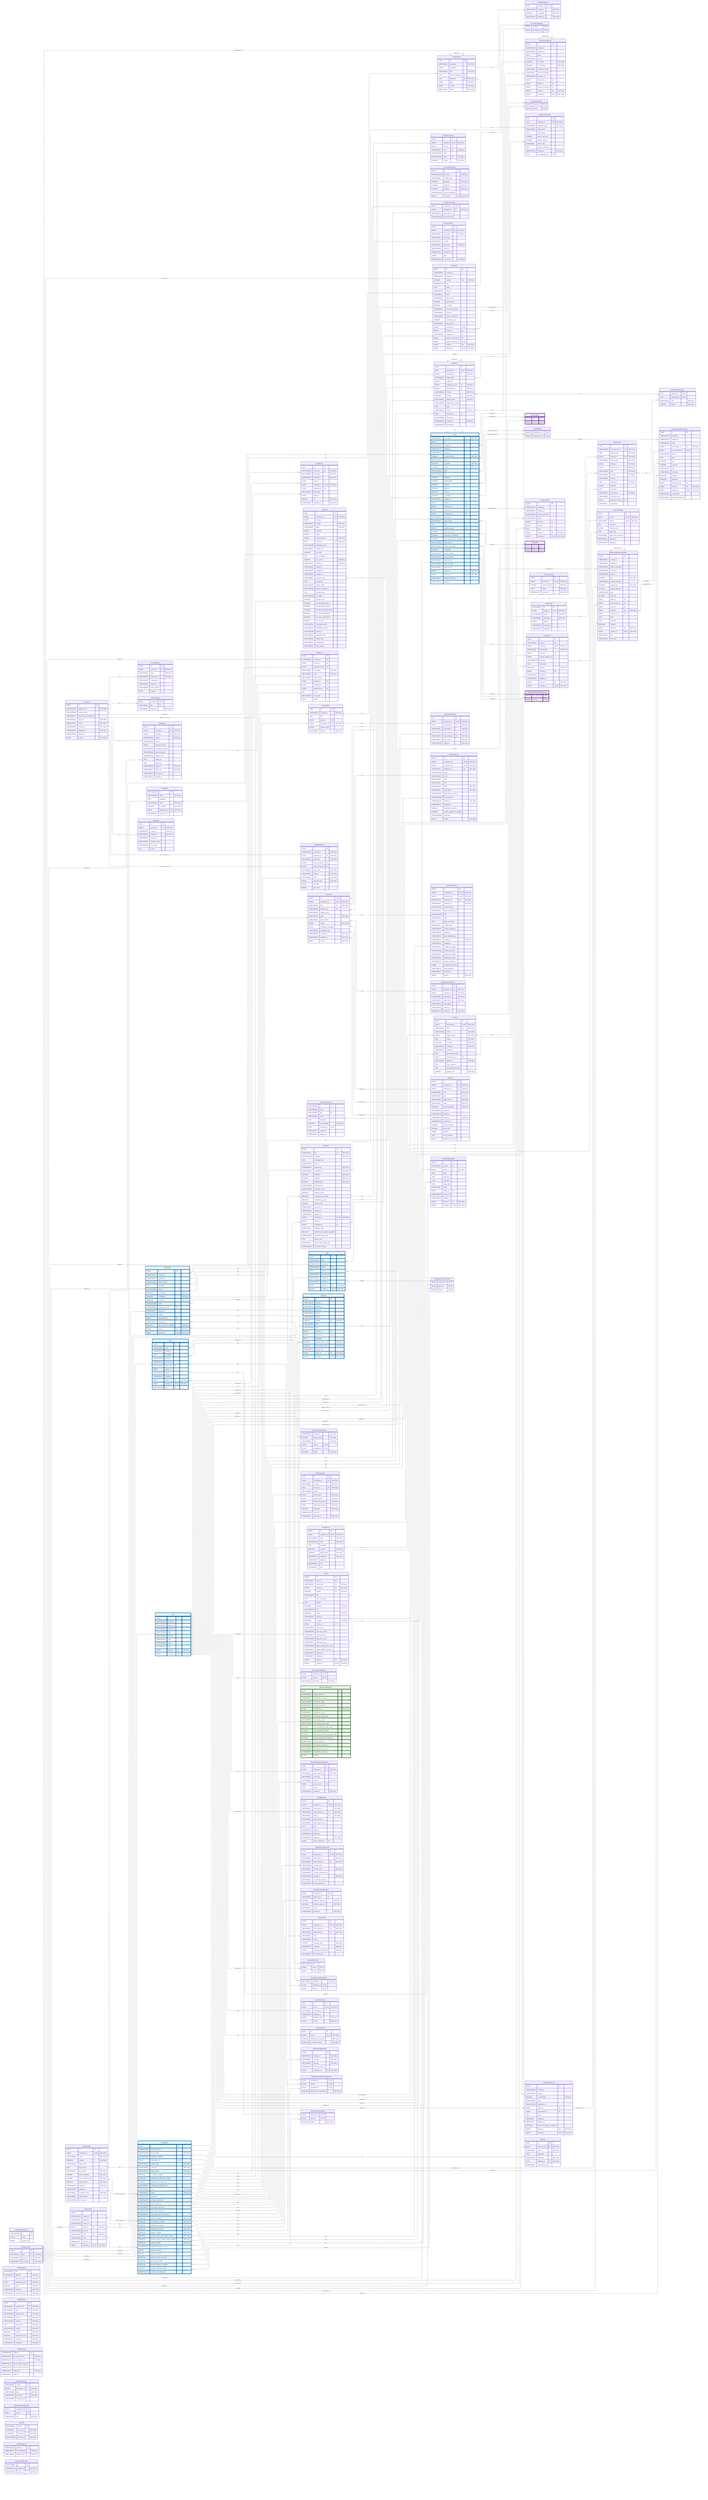
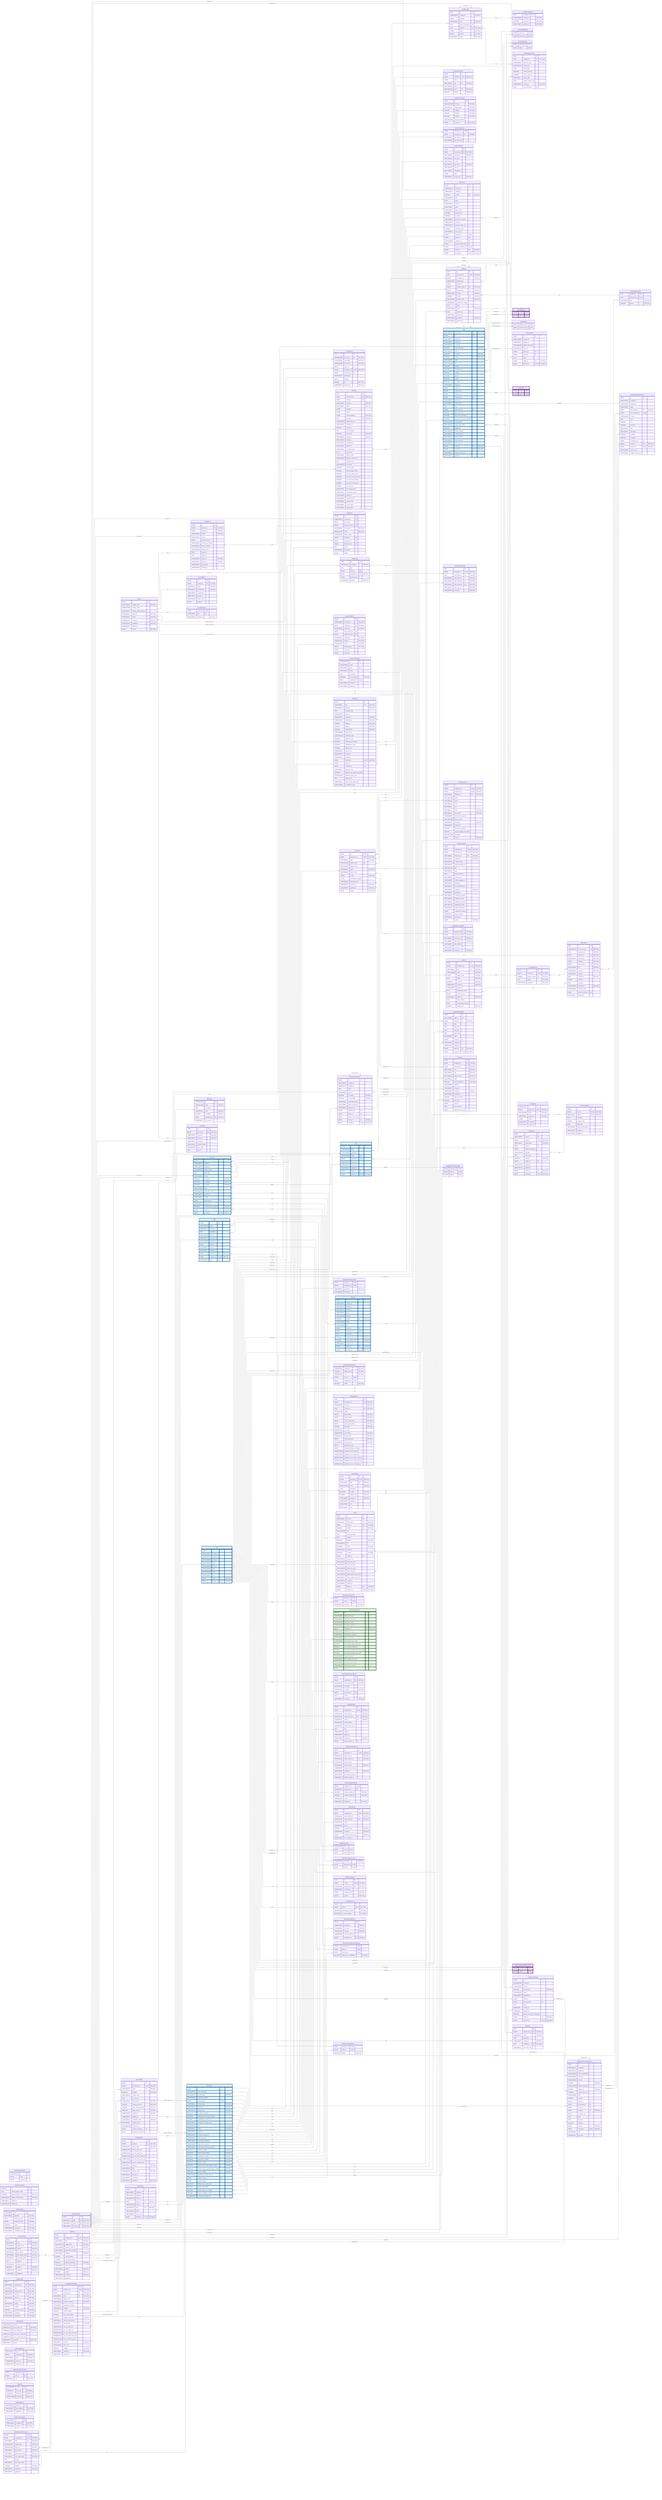
---
config:
    layout: elk
---
erDiagram
    %% Generated automatically from PostgreSQL database schema
    %% using scripts/generate-mermaid-erd.ts
    %% To regenerate: pnpm run db:generate-erd-docs

    direction LR

    Account {
        BIGINT id PK
        VARCHAR(255) display_name "NOT NULL"
        USER-DEFINED primary_email
        TIMESTAMPTZ primary_email_verified_at
        VARCHAR(16) app_role "NOT NULL"
        VARCHAR(16) status "NOT NULL"
        TIMESTAMPTZ created_at "NOT NULL"
        TIMESTAMPTZ updated_at "NOT NULL"
        TIMESTAMPTZ deleted_at
        BIGINT version "NOT NULL"
    }

    AccountExport {
        BIGINT id PK
        BIGINT account_id FK "NOT NULL"
        VARCHAR(16) status "NOT NULL"
        TIMESTAMPTZ requested_at "NOT NULL"
        TIMESTAMPTZ completed_at
        TIMESTAMPTZ expires_at
        VARCHAR(128) failure_reason
        BYTEA payload
    }

    AccountFeature {
        BIGINT account_id PK,FK
        VARCHAR(64) flag PK
        TIMESTAMPTZ enabled_at "NOT NULL"
    }

    ActivityEvent {
        UUID id PK
        VARCHAR(255) event_key UK "NOT NULL"
        VARCHAR(64) event_type "NOT NULL"
        TIMESTAMPTZ occurred_at "NOT NULL"
        BIGINT actor_id FK
        BIGINT workspace_id FK,UK "NOT NULL"
        BIGINT repository_id FK
        VARCHAR(32) target_type
        BIGINT target_id
        DOUBLE xp "NOT NULL"
        TIMESTAMPTZ ingested_at "NOT NULL"
    }

    AgentConfig {
        BIGINT id PK
        BIGINT workspace_id FK,UK "NOT NULL"
        VARCHAR(100) name UK "NOT NULL"
        BOOLEAN enabled "NOT NULL"
        VARCHAR(128) model_name
        TEXT llm_api_key
        VARCHAR(32) llm_provider "NOT NULL"
        INTEGER timeout_seconds "NOT NULL"
        INTEGER max_concurrent_jobs "NOT NULL"
        BOOLEAN allow_internet "NOT NULL"
        TIMESTAMPTZ created_at "NOT NULL"
        TIMESTAMPTZ updated_at
        VARCHAR(16) credential_mode "NOT NULL"
        VARCHAR(50) model_version
        VARCHAR(2048) llm_base_url
+         BIGINT instance_model_id FK
+         BIGINT workspace_model_id FK
    }

    AgentJob {
        UUID id PK
        BIGINT workspace_id FK "NOT NULL"
        BIGINT config_id FK
        VARCHAR(50) job_type "NOT NULL"
        VARCHAR(20) status "NOT NULL"
        JSONB metadata
        JSONB output
        JSONB config_snapshot "NOT NULL"
        TEXT job_token UK "NOT NULL"
        VARCHAR(255) idempotency_key
        VARCHAR(64) container_id
        INTEGER exit_code
        TEXT error_message
        INTEGER retry_count "NOT NULL"
        TIMESTAMPTZ created_at "NOT NULL"
        TIMESTAMPTZ started_at
        TIMESTAMPTZ completed_at
        VARCHAR(64) network_id
        VARCHAR(64) job_token_hash
        TEXT llm_api_key
        VARCHAR(20) delivery_status
        VARCHAR(255) delivery_comment_id
        TEXT container_logs
        VARCHAR(100) llm_model
        INTEGER llm_total_calls
        INTEGER llm_total_input_tokens
        INTEGER llm_total_output_tokens
        INTEGER llm_total_reasoning_tokens
        INTEGER llm_cache_read_tokens
        INTEGER llm_cache_write_tokens
        DOUBLE llm_cost_usd
        VARCHAR(50) llm_model_version
        VARCHAR(32) cancellation_reason
        VARCHAR(255) worker_id
        VARCHAR(48) integration_kind
        VARCHAR(48) subject_class
        VARCHAR(64) prompt_digest
        VARCHAR(64) inputs_digest
    }

    AuthEvent {
        BIGINT id PK
        TIMESTAMPTZ occurred_at PK
        BIGINT account_id FK
        BIGINT acting_account_id FK
        VARCHAR(48) event_type "NOT NULL"
        VARCHAR(16) result "NOT NULL"
        VARCHAR(64) failure_reason
        BIGINT provider_id FK
        BIGINT workspace_id FK
        BIGINT identity_link_id FK
        INET ip_inet
        VARCHAR(512) user_agent
        JSONB details
    }

    AuthRateLimitBucket {
        VARCHAR(255) id PK
        BYTEA state
        BIGINT expires_at
    }

    ChatMessage {
        UUID id PK
        TIMESTAMPTZ created_at "NOT NULL"
        JSONB metadata
        VARCHAR(16) role "NOT NULL"
        UUID parent_message_id FK
        UUID thread_id FK "NOT NULL"
        JSONB parts "NOT NULL"
        BIGINT version "NOT NULL"
        VARCHAR(16) status "NOT NULL"
    }

    ChatMessageVote {
        UUID message_id PK,FK
        TIMESTAMPTZ created_at "NOT NULL"
        BOOLEAN is_upvoted "NOT NULL"
        TIMESTAMPTZ updated_at "NOT NULL"
    }

    ChatThread {
        UUID id PK
        TIMESTAMPTZ created_at "NOT NULL"
        TEXT title
        BIGINT user_id FK
        BIGINT workspace_id FK "NOT NULL"
        BYTEA session_jsonl
        VARCHAR(16) surface "NOT NULL"
    }

    CommitContributor {
        BIGINT id PK
        BIGINT commit_id FK,UK "NOT NULL"
        BIGINT user_id FK
        VARCHAR(32) role UK "NOT NULL"
        VARCHAR(255) name
        VARCHAR(255) email UK "NOT NULL"
        INTEGER ordinal "NOT NULL"
    }

    CommitFileChange {
        BIGINT id PK
        VARCHAR(1024) filename "NOT NULL"
        VARCHAR(32) change_type "NOT NULL"
        INTEGER additions "NOT NULL"
        INTEGER deletions "NOT NULL"
        INTEGER changes "NOT NULL"
        VARCHAR(1024) previous_filename
        BIGINT commit_id FK "NOT NULL"
    }

    CommitPullRequest {
        BIGINT commit_id PK,FK
        BIGINT pull_request_id PK,FK
    }

    ConfigAuditEvent {
        BIGINT id PK
        TIMESTAMPTZ occurred_at "NOT NULL"
        BIGINT workspace_id FK "NOT NULL"
        VARCHAR(16) actor_kind "NOT NULL"
        BIGINT actor_account_id FK
        BIGINT acting_account_id FK
        VARCHAR(48) entity_type "NOT NULL"
        VARCHAR(64) entity_id "NOT NULL"
        VARCHAR(16) action "NOT NULL"
        ARRAY changed_keys "NOT NULL"
        JSONB old_value
        JSONB new_value
    }

    Connection {
        BIGINT id PK,UK
        BIGINT workspace_id FK,UK "NOT NULL"
        VARCHAR(48) kind UK "NOT NULL"
        VARCHAR(128) instance_key UK
        VARCHAR(256) display_name
        VARCHAR(32) state "NOT NULL"
        VARCHAR(512) state_reason
        JSONB config "NOT NULL"
        BYTEA credentials_encrypted
        VARCHAR(64) credentials_alg
        TIMESTAMPTZ created_at "NOT NULL"
        TIMESTAMPTZ updated_at "NOT NULL"
        BIGINT version "NOT NULL"
    }

    ConnectionActivity {
        BIGINT connection_id PK,FK
        BIGINT workspace_id FK "NOT NULL"
        TIMESTAMPTZ last_event_at
        VARCHAR(128) last_event_type
    }

    ConnectionAudit {
        BIGINT id PK
        BIGINT connection_id FK "NOT NULL"
        VARCHAR(48) event_type "NOT NULL"
        VARCHAR(32) from_state
        VARCHAR(32) to_state
        VARCHAR(32) actor_kind "NOT NULL"
        VARCHAR(256) actor_ref
        VARCHAR(64) correlation_id
        JSONB detail
        TIMESTAMPTZ occurred_at "NOT NULL"
    }

    Discussion {
        BIGINT id PK
        TIMESTAMPTZ created_at
        TIMESTAMPTZ updated_at
        INTEGER number UK "NOT NULL"
        VARCHAR(1024) title
        TEXT body
        VARCHAR(512) html_url
        VARCHAR(16) state
        VARCHAR(32) state_reason
        INTEGER upvote_count
        BOOLEAN is_locked
        VARCHAR(32) active_lock_reason
        TIMESTAMPTZ closed_at
        TIMESTAMPTZ answer_chosen_at
        INTEGER comment_count
        TIMESTAMPTZ last_sync_at
        BIGINT repository_id FK,UK
        BIGINT author_id FK
        VARCHAR(128) category_id FK
        BIGINT answer_chosen_by_id FK
        BIGINT answer_comment_id FK,UK
        BIGINT native_id UK "NOT NULL"
        BIGINT provider_id FK,UK "NOT NULL"
    }

    DiscussionCategory {
        VARCHAR(128) id PK
        VARCHAR(255) name
        VARCHAR(128) slug UK
        VARCHAR(32) emoji
        TEXT description
        BOOLEAN is_answerable "NOT NULL"
        BIGINT repository_id FK,UK
        TIMESTAMPTZ created_at
        TIMESTAMPTZ updated_at
    }

    DiscussionComment {
        BIGINT id PK
        TIMESTAMPTZ created_at
        TIMESTAMPTZ updated_at
        TEXT body
        VARCHAR(512) html_url
        BOOLEAN is_answer "NOT NULL"
        BOOLEAN is_minimized "NOT NULL"
        VARCHAR(64) minimized_reason
        VARCHAR(32) author_association
        TIMESTAMPTZ last_sync_at
        BIGINT discussion_id FK
        BIGINT author_id FK
        BIGINT parent_comment_id FK
        BIGINT native_id UK "NOT NULL"
        BIGINT provider_id FK,UK "NOT NULL"
    }

    DiscussionLabel {
        BIGINT discussion_id PK,FK
        BIGINT label_id PK,FK
    }

    Feedback {
        UUID id PK
        UUID agent_job_id FK,UK "NOT NULL"
        BIGINT workspace_id FK "NOT NULL"
        VARCHAR(32) artifact_type
        BIGINT artifact_id
        BIGINT recipient_user_id FK "NOT NULL"
        BIGINT about_user_id FK "NOT NULL"
        VARCHAR(32) channel "NOT NULL"
        INTEGER position UK "NOT NULL"
        VARCHAR(16) delivery_state "NOT NULL"
        VARCHAR(32) suppression_reason
        TEXT body
        VARCHAR(16) source "NOT NULL"
        UUID replaces_id FK
        VARCHAR(64) thread_key
        TIMESTAMPTZ created_at "NOT NULL"
        TIMESTAMPTZ delivered_at
    }

    FeedbackObservation {
        UUID feedback_id PK,FK
        UUID observation_id PK,FK
        VARCHAR(16) role "NOT NULL"
        INTEGER ordinal "NOT NULL"
    }

    FeedbackPlacement {
        UUID id PK
        UUID feedback_id FK "NOT NULL"
        VARCHAR(32) placement_type "NOT NULL"
        VARCHAR(16) anchor_kind
        TEXT anchor_path
        INTEGER anchor_start_line
        INTEGER anchor_end_line
        VARCHAR(8) anchor_side
        TEXT posted_comment_ref
        TIMESTAMPTZ created_at "NOT NULL"
        UUID chat_message_id FK
    }

    GitCommit {
        BIGINT id PK
        VARCHAR(40) sha UK "NOT NULL"
        VARCHAR(1024) message "NOT NULL"
        TEXT message_body
        VARCHAR(512) html_url
        TIMESTAMPTZ authored_at "NOT NULL"
        TIMESTAMPTZ committed_at "NOT NULL"
        INTEGER additions "NOT NULL"
        INTEGER deletions "NOT NULL"
        INTEGER changed_files "NOT NULL"
        VARCHAR(255) author_email
        VARCHAR(255) committer_email
        BOOLEAN signature_valid
        BOOLEAN authored_by_committer
        BOOLEAN committed_via_web
        INTEGER parent_count
        TIMESTAMPTZ last_sync_at
        TIMESTAMPTZ created_at
        TIMESTAMPTZ updated_at
        BIGINT repository_id FK,UK "NOT NULL"
        BIGINT author_id FK
        BIGINT committer_id FK
        VARCHAR(32) signature_state
        BOOLEAN signature_was_signed_by_github
        VARCHAR(255) signature_signer_login
        TEXT parent_shas
        VARCHAR(32) status_check_rollup_state
        VARCHAR(255) on_behalf_of_login
    }

    IdentityLink {
        BIGINT id PK
        BIGINT account_id FK "NOT NULL"
        BIGINT provider_id FK "NOT NULL"
        VARCHAR(255) subject "NOT NULL"
        VARCHAR(255) team_id
        BIGINT external_actor_id
        VARCHAR(255) username_at_signup
        VARCHAR(320) email_at_signup
        VARCHAR(255) display_name
        TEXT avatar_url
        TEXT profile_url
        TIMESTAMPTZ linked_at "NOT NULL"
        VARCHAR(16) linked_via "NOT NULL"
        TIMESTAMPTZ last_login_at
        TIMESTAMPTZ disabled_at
    }

    IdentityProvider {
        BIGINT id PK
        VARCHAR(10) type UK "NOT NULL"
        VARCHAR(512) server_url UK "NOT NULL"
        TIMESTAMPTZ created_at "NOT NULL"
+     }
+ 
+     InstanceLlmSetting {
+         SMALLINT id PK
+         TEXT allowed_egress_hosts
+         BOOLEAN allow_workspace_connections "NOT NULL"
+         VARCHAR(16) default_unpriced_policy "NOT NULL"
+         TIMESTAMPTZ updated_at
+         VARCHAR(255) updated_by
    }

    Issue {
        VARCHAR(31) issue_type UK "NOT NULL"
        BIGINT id PK
        TIMESTAMPTZ created_at
        TIMESTAMPTZ updated_at
        TIMESTAMPTZ closed_at
        INTEGER comments_count "NOT NULL"
        VARCHAR(255) html_url
        BOOLEAN is_locked "NOT NULL"
        INTEGER number UK "NOT NULL"
        VARCHAR(255) state
        VARCHAR(1024) title
        INTEGER additions
        INTEGER changed_files
        INTEGER commits
        INTEGER deletions
        BOOLEAN is_draft
        BOOLEAN is_merged
        TIMESTAMPTZ merged_at
        BIGINT author_id FK
        BIGINT milestone_id FK
        BIGINT repository_id FK,UK
        BIGINT merged_by_id FK
        TIMESTAMPTZ last_sync_at
        VARCHAR(32) state_reason
        TEXT body
        BIGINT parent_issue_id FK
        INTEGER sub_issues_total
        INTEGER sub_issues_completed
        INTEGER sub_issues_percent_completed
        VARCHAR(128) issue_type_id FK
        VARCHAR(255) merge_state_status
        BOOLEAN mergeable
        VARCHAR(255) review_decision
        VARCHAR(255) head_ref_name
        VARCHAR(40) head_ref_oid
        VARCHAR(255) base_ref_name
        VARCHAR(40) base_ref_oid
        BIGINT native_id UK "NOT NULL"
        BIGINT provider_id FK,UK "NOT NULL"
        VARCHAR(40) merge_commit_sha
        TIMESTAMPTZ deleted_at
    }

    IssueAssignee {
        BIGINT issue_id PK,FK
        BIGINT user_id PK,FK
    }

    IssueBlocking {
        BIGINT blocked_issue_id PK,FK
        BIGINT blocking_issue_id PK,FK
    }

    IssueComment {
        BIGINT id PK
        TIMESTAMPTZ created_at
        TIMESTAMPTZ updated_at
        VARCHAR(255) author_association
        VARCHAR(255) html_url
        BIGINT author_id FK
        BIGINT issue_id FK
        TEXT body
        BIGINT native_id UK "NOT NULL"
        BIGINT provider_id FK,UK "NOT NULL"
    }

    IssueLabel {
        BIGINT issue_id PK,FK
        BIGINT label_id PK,FK
    }

    IssueType {
        VARCHAR(128) id PK
        VARCHAR(128) name "NOT NULL"
        TEXT description
        VARCHAR(20) color "NOT NULL"
        BOOLEAN is_enabled "NOT NULL"
        BIGINT organization_id FK "NOT NULL"
        TIMESTAMPTZ last_sync_at
    }

    IssuedJwt {
        UUID jti PK
        BIGINT account_id FK "NOT NULL"
        TIMESTAMPTZ issued_at "NOT NULL"
        TIMESTAMPTZ expires_at "NOT NULL"
        TIMESTAMPTZ revoked_at
        VARCHAR(32) revoked_reason
        VARCHAR(512) user_agent
        INET ip_inet
    }

    JwtSigningKey {
        VARCHAR(64) kid PK
        VARCHAR(16) algorithm "NOT NULL"
        TEXT public_key_pem "NOT NULL"
        BYTEA private_key_pem "NOT NULL"
        BOOLEAN active "NOT NULL"
        TIMESTAMPTZ created_at "NOT NULL"
        VARCHAR(64) encryption_key_id "NOT NULL"
    }

    Label {
        BIGINT id PK
        VARCHAR(255) color
        VARCHAR(255) description
        VARCHAR(255) name UK
        BIGINT repository_id FK,UK
        TIMESTAMPTZ last_sync_at
        TIMESTAMPTZ created_at
        TIMESTAMPTZ updated_at
        BIGINT native_id UK "NOT NULL"
        BIGINT provider_id FK,UK "NOT NULL"
    }

+     LlmConnection {
+         BIGINT id PK
+         VARCHAR(64) slug UK "NOT NULL"
+         VARCHAR(128) display_name "NOT NULL"
+         VARCHAR(2048) base_url "NOT NULL"
+         VARCHAR(40) api_protocol "NOT NULL"
+         VARCHAR(64) auth_header_name "NOT NULL"
+         VARCHAR(16) auth_value_prefix "NOT NULL"
+         TEXT api_key
+         VARCHAR(32) azure_api_version
+         BOOLEAN enabled "NOT NULL"
+         TIMESTAMPTZ created_at "NOT NULL"
+         TIMESTAMPTZ updated_at
+     }
+ 
+     LlmModel {
+         BIGINT id PK
+         BIGINT connection_id FK,UK "NOT NULL"
+         VARCHAR(64) slug UK "NOT NULL"
+         VARCHAR(128) display_name "NOT NULL"
+         VARCHAR(256) upstream_model_id "NOT NULL"
+         VARCHAR(40) api_protocol_override
+         VARCHAR(16) modality "NOT NULL"
+         INTEGER context_window
+         INTEGER max_output_tokens
+         BOOLEAN supports_reasoning "NOT NULL"
+         VARCHAR(16) cache_control_format
+         VARCHAR(16) visibility "NOT NULL"
+         BOOLEAN enabled "NOT NULL"
+         TIMESTAMPTZ created_at "NOT NULL"
+         TIMESTAMPTZ updated_at
+     }
+ 
+     LlmModelPrice {
+         BIGINT id PK
+         BIGINT model_id FK "NOT NULL"
+         VARCHAR(16) pricing_mode "NOT NULL"
+         NUMERIC(18,8) per_1m_input_usd
+         NUMERIC(18,8) per_1m_output_usd
+         NUMERIC(18,8) per_1m_cache_read_usd
+         NUMERIC(18,8) per_1m_cache_write_usd
+         NUMERIC(18,8) per_1m_reasoning_usd
+         VARCHAR(3) currency "NOT NULL"
+         VARCHAR(500) note
+         TIMESTAMPTZ effective_from "NOT NULL"
+         TIMESTAMPTZ effective_to
+         VARCHAR(255) created_by
+         TIMESTAMPTZ created_at "NOT NULL"
+     }
+ 
+     LlmModelWorkspaceGrant {
+         BIGINT model_id PK,FK
+         BIGINT workspace_id PK,FK
+         TIMESTAMPTZ granted_at "NOT NULL"
+         VARCHAR(255) granted_by
+     }
+ 
    LlmUsageEvent {
        UUID id PK
        BIGINT workspace_id FK "NOT NULL"
        VARCHAR(40) job_type "NOT NULL"
        UUID source_id UK "NOT NULL"
        VARCHAR(128) model
        BIGINT input_tokens "NOT NULL"
        BIGINT output_tokens "NOT NULL"
        BIGINT cache_read_tokens "NOT NULL"
        BIGINT cache_write_tokens "NOT NULL"
        INTEGER total_calls "NOT NULL"
        NUMERIC(12,6) cost_usd
        TIMESTAMPTZ occurred_at "NOT NULL"
+         VARCHAR(16) pricing_state "NOT NULL"
+         BIGINT reasoning_tokens "NOT NULL"
+         VARCHAR(16) funding_source "NOT NULL"
+         BIGINT applied_price_id
+         BIGINT applied_workspace_model_id
+         NUMERIC(18,8) applied_per_1m_input_usd
+         NUMERIC(18,8) applied_per_1m_output_usd
+         NUMERIC(18,8) applied_per_1m_cache_read_usd
+         NUMERIC(18,8) applied_per_1m_cache_write_usd
+         NUMERIC(18,8) applied_per_1m_reasoning_usd
    }

    LoginProvider {
        BIGINT id PK
        VARCHAR(64) registration_id UK "NOT NULL"
        VARCHAR(10) type UK "NOT NULL"
        VARCHAR(255) display_name "NOT NULL"
        VARCHAR(512) base_url UK "NOT NULL"
        VARCHAR(512) client_id "NOT NULL"
        TEXT client_secret "NOT NULL"
        VARCHAR(512) scopes "NOT NULL"
        BOOLEAN enabled "NOT NULL"
        BOOLEAN seeded_from_env "NOT NULL"
        TIMESTAMPTZ created_at "NOT NULL"
        TIMESTAMPTZ updated_at "NOT NULL"
    }

    MentorSlackThread {
        UUID id PK
        BIGINT workspace_id FK,UK "NOT NULL"
        UUID chat_thread_id FK "NOT NULL"
        VARCHAR(32) slack_team_id "NOT NULL"
        VARCHAR(32) slack_channel_id UK "NOT NULL"
        VARCHAR(32) slack_thread_ts UK "NOT NULL"
        VARCHAR(32) slack_user_id "NOT NULL"
        TIMESTAMPTZ created_at "NOT NULL"
    }

    Milestone {
        BIGINT id PK
        TIMESTAMPTZ created_at
        TIMESTAMPTZ updated_at
        TIMESTAMPTZ closed_at
        TIMESTAMPTZ due_on
        VARCHAR(255) html_url
        INTEGER number UK "NOT NULL"
        VARCHAR(255) state
        VARCHAR(255) title
        BIGINT creator_id FK
        BIGINT repository_id FK,UK
        TEXT description
        INTEGER closed_issues_count "NOT NULL"
        INTEGER open_issues_count "NOT NULL"
        TIMESTAMPTZ last_sync_at
        BIGINT native_id UK "NOT NULL"
        BIGINT provider_id FK,UK "NOT NULL"
    }

    ModelPricing {
        VARCHAR(128) model_id PK
        NUMERIC(12,6) per_1k_input_usd "NOT NULL"
        NUMERIC(12,6) per_1k_output_usd "NOT NULL"
        NUMERIC(12,6) per_1k_cache_read_usd
        NUMERIC(12,6) per_1k_cache_write_usd
        TIMESTAMPTZ valid_from "NOT NULL"
        TIMESTAMPTZ valid_to
    }

    OauthStateNonce {
        VARCHAR(32) nonce PK
        BIGINT workspace_id "NOT NULL"
        VARCHAR(48) kind "NOT NULL"
        TIMESTAMPTZ issued_at "NOT NULL"
        TIMESTAMPTZ consumed_at
    }

    Observation {
        UUID id PK
        VARCHAR(255) occurrence_key UK "NOT NULL"
        UUID agent_job_id "NOT NULL"
        BIGINT practice_id FK "NOT NULL"
        VARCHAR(32) artifact_type "NOT NULL"
        BIGINT artifact_id "NOT NULL"
        BIGINT about_user_id FK "NOT NULL"
        VARCHAR(255) title "NOT NULL"
        VARCHAR(16) presence "NOT NULL"
        VARCHAR(16) severity
        REAL confidence "NOT NULL"
        JSONB evidence
        TEXT reasoning
        TIMESTAMPTZ observed_at "NOT NULL"
        VARCHAR(64) recurrence_key
        BIGINT practice_revision_id FK
        VARCHAR(8) assessment
    }

    Organization {
        BIGINT id PK
        TIMESTAMPTZ created_at
        TIMESTAMPTZ updated_at
        VARCHAR(255) avatar_url
        BIGINT native_id UK "NOT NULL"
        VARCHAR(255) html_url
        VARCHAR(255) login UK "NOT NULL"
        VARCHAR(255) name
        TIMESTAMPTZ last_sync_at
        BIGINT provider_id FK,UK "NOT NULL"
    }

    OrganizationMembership {
        BIGINT organization_id PK
        BIGINT user_id PK
        VARCHAR(32) role "NOT NULL"
    }

    OutlineCollection {
        BIGINT id PK
        BIGINT workspace_id FK,UK "NOT NULL"
        BIGINT connection_id FK,UK "NOT NULL"
        VARCHAR(64) collection_id UK "NOT NULL"
        VARCHAR(1024) name
        VARCHAR(512) url_id
        VARCHAR(32) color
        VARCHAR(64) icon
        VARCHAR(16) state "NOT NULL"
        VARCHAR(16) sync_status "NOT NULL"
        TIMESTAMPTZ documents_synced_at
        VARCHAR(2048) last_sync_error
        TIMESTAMPTZ created_at "NOT NULL"
        TIMESTAMPTZ updated_at
        INTEGER documents_upstream
        INTEGER exports_skipped_for_budget
        VARCHAR(2048) description
        BIGINT version "NOT NULL"
    }

    OutlineDocument {
        BIGINT id PK
        BIGINT workspace_id FK,UK "NOT NULL"
        BIGINT connection_id FK,UK "NOT NULL"
        VARCHAR(64) document_id UK "NOT NULL"
        VARCHAR(64) collection_id "NOT NULL"
        VARCHAR(512) collection_slug
        VARCHAR(64) parent_document_id
        VARCHAR(1024) title
        VARCHAR(512) slug
        TEXT body_markdown
        VARCHAR(64) content_hash
        TIMESTAMPTZ outline_updated_at
        TIMESTAMPTZ deleted_at
        TIMESTAMPTZ last_materialized_at
        TIMESTAMPTZ created_at "NOT NULL"
        TIMESTAMPTZ updated_at
        VARCHAR(64) created_by_subject
        VARCHAR(255) created_by_name
        VARCHAR(64) updated_by_subject
        VARCHAR(255) updated_by_name
        TIMESTAMPTZ outline_created_at
        JSONB collaborator_subjects
        TIMESTAMPTZ body_evicted_at
        TIMESTAMPTZ archived_at
        BIGINT version "NOT NULL"
    }

    OutlineDocumentEvent {
        BIGINT id PK
        BIGINT workspace_id FK "NOT NULL"
        BIGINT connection_id FK "NOT NULL"
        VARCHAR(64) document_id "NOT NULL"
        VARCHAR(64) event_name "NOT NULL"
        VARCHAR(64) actor_subject
        TIMESTAMPTZ occurred_at
        TIMESTAMPTZ created_at "NOT NULL"
    }

    Practice {
        BIGINT id PK
        BIGINT workspace_id FK,UK "NOT NULL"
        VARCHAR(64) slug UK "NOT NULL"
        VARCHAR(128) name "NOT NULL"
        JSONB trigger_events "NOT NULL"
        TEXT criteria "NOT NULL"
        BOOLEAN is_active "NOT NULL"
        TIMESTAMPTZ created_at "NOT NULL"
        TIMESTAMPTZ updated_at
        TEXT precompute_script
        BIGINT practice_area_id FK
        VARCHAR(32) applies_to "NOT NULL"
        TEXT why_it_matters
        TEXT what_good_looks_like
        INTEGER display_order "NOT NULL"
    }

    PracticeArea {
        BIGINT id PK
        BIGINT workspace_id FK,UK "NOT NULL"
        VARCHAR(64) slug UK "NOT NULL"
        VARCHAR(128) name "NOT NULL"
        TEXT description
        BOOLEAN is_active "NOT NULL"
        INTEGER display_order "NOT NULL"
        TIMESTAMPTZ created_at "NOT NULL"
        TIMESTAMPTZ updated_at
        VARCHAR(64) icon
        VARCHAR(32) color
    }

    PracticeRevision {
        BIGINT id PK
        BIGINT practice_id FK,UK "NOT NULL"
        INTEGER revision_number UK "NOT NULL"
        TEXT criteria "NOT NULL"
        TIMESTAMPTZ created_at "NOT NULL"
    }

    Project {
        BIGINT id PK
        VARCHAR(64) node_id UK
        VARCHAR(32) owner_type UK "NOT NULL"
        BIGINT owner_id UK "NOT NULL"
        INTEGER number UK "NOT NULL"
        VARCHAR(256) title
        TEXT short_description
        TEXT readme
        BOOLEAN template "NOT NULL"
        VARCHAR(512) url
        BOOLEAN closed "NOT NULL"
        TIMESTAMPTZ closed_at
        BOOLEAN is_public "NOT NULL"
        BIGINT creator_id FK
        TIMESTAMPTZ last_sync_at
        VARCHAR(256) item_sync_cursor
        TIMESTAMPTZ items_synced_at
        VARCHAR(256) field_sync_cursor
        TIMESTAMPTZ fields_synced_at
        VARCHAR(256) status_update_sync_cursor
        TIMESTAMPTZ status_updates_synced_at
        TIMESTAMPTZ created_at
        TIMESTAMPTZ updated_at
        BIGINT native_id UK "NOT NULL"
        BIGINT provider_id FK,UK "NOT NULL"
    }

    ProjectField {
        VARCHAR(64) id PK
        BIGINT project_id FK,UK "NOT NULL"
        VARCHAR(256) name UK "NOT NULL"
        VARCHAR(32) data_type "NOT NULL"
        JSONB options
        TIMESTAMPTZ created_at
        TIMESTAMPTZ updated_at
    }

    ProjectFieldValue {
        BIGINT id PK
        BIGINT item_id FK,UK "NOT NULL"
        VARCHAR(64) field_id FK,UK "NOT NULL"
        TEXT text_value
        DOUBLE number_value
        DATE date_value
        VARCHAR(64) single_select_option_id
        VARCHAR(64) iteration_id
        TIMESTAMPTZ updated_at
    }

    ProjectItem {
        BIGINT id PK
        VARCHAR(64) node_id UK
        BIGINT project_id FK,UK "NOT NULL"
        VARCHAR(32) content_type "NOT NULL"
        BIGINT issue_id FK
        BIGINT content_database_id
        VARCHAR(1024) draft_title
        TEXT draft_body
        BOOLEAN archived "NOT NULL"
        BIGINT creator_id FK
        TIMESTAMPTZ created_at
        TIMESTAMPTZ updated_at
        BIGINT native_id UK "NOT NULL"
        BIGINT provider_id FK,UK "NOT NULL"
    }

    ProjectStatusUpdate {
        BIGINT id PK
        VARCHAR(64) node_id UK
        BIGINT project_id FK "NOT NULL"
        TEXT body
        TEXT body_html
        DATE start_date
        DATE target_date
        VARCHAR(32) status
        BIGINT creator_id FK
        TIMESTAMPTZ created_at
        TIMESTAMPTZ updated_at
        BIGINT native_id UK "NOT NULL"
        BIGINT provider_id FK,UK "NOT NULL"
    }

    PullRequestRequestedReviewer {
        BIGINT pull_request_id PK,FK
        BIGINT user_id PK,FK
    }

    PullRequestReview {
        BIGINT id PK
        VARCHAR(255) commit_id
        VARCHAR(255) html_url
        BOOLEAN is_dismissed "NOT NULL"
        VARCHAR(255) state
        TIMESTAMPTZ submitted_at
        BIGINT author_id FK
        BIGINT pull_request_id FK
        TEXT body
        TIMESTAMP created_at
        TIMESTAMP updated_at
        BOOLEAN author_can_push_to_repository
        BIGINT native_id UK "NOT NULL"
        BIGINT provider_id FK,UK "NOT NULL"
    }

    PullRequestReviewComment {
        BIGINT id PK
        TIMESTAMPTZ created_at
        TIMESTAMPTZ updated_at
        VARCHAR(255) author_association
        VARCHAR(255) commit_id
        VARCHAR(255) html_url
        INTEGER line "NOT NULL"
        VARCHAR(255) original_commit_id
        INTEGER original_line "NOT NULL"
        INTEGER original_start_line
        VARCHAR(255) path
        INTEGER start_line
        BIGINT author_id FK
        BIGINT pull_request_id FK
        BIGINT review_id FK
        BIGINT thread_id FK "NOT NULL"
        BIGINT in_reply_to_id FK
        TEXT body
        TEXT diff_hunk
        BOOLEAN outdated
        BIGINT native_id UK "NOT NULL"
        BIGINT provider_id FK,UK "NOT NULL"
        VARCHAR(16) side
        VARCHAR(16) start_side
    }

    PullRequestReviewThread {
        BIGINT id PK
        TIMESTAMPTZ created_at
        TIMESTAMPTZ updated_at
        VARCHAR(20) state
        BIGINT pull_request_id FK "NOT NULL"
        BIGINT root_comment_id FK,UK
        VARCHAR(128) node_id
        TEXT path
        INTEGER line
        INTEGER start_line
        VARCHAR(16) side
        VARCHAR(16) start_side
        BOOLEAN outdated
        BOOLEAN collapsed
        BIGINT resolved_by_id FK
        BIGINT native_id UK "NOT NULL"
        BIGINT provider_id FK,UK "NOT NULL"
        VARCHAR(64) commit_sha
        VARCHAR(64) original_commit_sha
    }

    Reaction {
        UUID id PK
        BIGINT reactor_user_id FK "NOT NULL"
        VARCHAR(16) action "NOT NULL"
        TEXT explanation
        TIMESTAMPTZ created_at "NOT NULL"
        UUID feedback_id FK "NOT NULL"
        VARCHAR(64) recurrence_key
    }

    Repository {
        BIGINT id PK
        TIMESTAMPTZ created_at
        TIMESTAMPTZ updated_at
        VARCHAR(255) default_branch
        TEXT description
        VARCHAR(512) html_url
        BOOLEAN is_archived "NOT NULL"
        BOOLEAN is_disabled "NOT NULL"
        BOOLEAN is_private "NOT NULL"
        VARCHAR(255) name
        VARCHAR(150) name_with_owner UK
        TIMESTAMPTZ pushed_at
        VARCHAR(255) visibility
        BIGINT organization_id FK
        TIMESTAMPTZ last_sync_at
        BOOLEAN has_discussions_enabled "NOT NULL"
        BIGINT native_id UK "NOT NULL"
        BIGINT provider_id FK,UK "NOT NULL"
    }

    RepositoryCollaborator {
        BIGINT repository_id PK,FK
        BIGINT user_id PK,FK
        VARCHAR(32) permission "NOT NULL"
    }

    RepositoryToMonitor {
        BIGINT id PK
        TIMESTAMPTZ labels_synced_at
        TIMESTAMPTZ milestones_synced_at
        VARCHAR(255) name_with_owner
        TIMESTAMPTZ repository_synced_at
        BIGINT workspace_id FK "NOT NULL"
        TIMESTAMPTZ backfill_last_run_at
        TIMESTAMPTZ collaborators_synced_at
        VARCHAR(255) issue_sync_cursor
        VARCHAR(255) pull_request_sync_cursor
        INTEGER issue_backfill_high_water_mark
        INTEGER issue_backfill_checkpoint
        INTEGER pull_request_backfill_high_water_mark
        INTEGER pull_request_backfill_checkpoint
        TIMESTAMPTZ issues_synced_at
        TIMESTAMPTZ pull_requests_synced_at
        VARCHAR(255) discussion_sync_cursor
        TIMESTAMPTZ discussions_synced_at
        BIGINT native_id
    }

    Shedlock {
        VARCHAR(64) name PK
        TIMESTAMP lock_until "NOT NULL"
        TIMESTAMP locked_at "NOT NULL"
        VARCHAR(255) locked_by "NOT NULL"
    }

    SlackChannelConsentEvent {
        BIGINT id PK
        BIGINT workspace_id FK "NOT NULL"
        VARCHAR(32) slack_channel_id "NOT NULL"
        VARCHAR(16) from_state
        VARCHAR(16) to_state "NOT NULL"
        BIGINT actor_user_id FK
        TEXT reason
        TIMESTAMPTZ created_at "NOT NULL"
    }

    SlackMessage {
        BIGINT id PK
        BIGINT workspace_id FK,UK "NOT NULL"
        VARCHAR(32) slack_team_id "NOT NULL"
        VARCHAR(32) slack_channel_id UK "NOT NULL"
        VARCHAR(32) slack_ts UK "NOT NULL"
        VARCHAR(32) slack_thread_ts
        VARCHAR(32) author_slack_user_id
        TEXT text
        TIMESTAMPTZ edited_at
        TIMESTAMPTZ deleted_at
        TIMESTAMPTZ ingested_at "NOT NULL"
        BIGINT author_member_id FK
    }

    SlackMonitoredChannel {
        BIGINT id PK
        BIGINT workspace_id FK,UK "NOT NULL"
        VARCHAR(32) slack_team_id "NOT NULL"
        VARCHAR(32) slack_channel_id UK "NOT NULL"
        VARCHAR(256) channel_name
        VARCHAR(16) consent_state "NOT NULL"
        TIMESTAMPTZ consent_announced_at
        TIMESTAMPTZ created_at "NOT NULL"
        VARCHAR(32) last_history_synced_ts
        TIMESTAMPTZ history_synced_at
    }

    SlackParticipantConsent {
        BIGINT workspace_id PK,FK
        VARCHAR(32) slack_user_id PK
        BOOLEAN ingestion_opted_out "NOT NULL"
        BOOLEAN research_opted_out "NOT NULL"
        VARCHAR(32) source
        TIMESTAMPTZ decided_at "NOT NULL"
    }

    SlackThread {
        BIGINT id PK
        BIGINT workspace_id FK,UK "NOT NULL"
        VARCHAR(32) slack_channel_id UK "NOT NULL"
        VARCHAR(32) slack_thread_ts UK "NOT NULL"
        VARCHAR(32) first_ts
        VARCHAR(32) last_ts
        INTEGER message_count "NOT NULL"
        TIMESTAMPTZ created_at "NOT NULL"
        ARRAY participant_member_ids "NOT NULL"
        VARCHAR(32) last_reviewed_ts
    }

    SyncJob {
        BIGINT id PK
        BIGINT workspace_id FK "NOT NULL"
        BIGINT connection_id FK "NOT NULL"
        VARCHAR(48) kind "NOT NULL"
        VARCHAR(32) type "NOT NULL"
        VARCHAR(32) trigger_source "NOT NULL"
        VARCHAR(32) status "NOT NULL"
        BOOLEAN cancel_requested "NOT NULL"
        TIMESTAMPTZ started_at
        TIMESTAMPTZ finished_at
        TIMESTAMPTZ created_at "NOT NULL"
        TIMESTAMPTZ heartbeat_at
        INTEGER items_processed
        INTEGER items_total
        JSONB progress
        TEXT error_summary
        BIGINT triggered_by_user_id
    }

    Team {
        BIGINT id PK
        VARCHAR(255) name
        TIMESTAMPTZ created_at
        TEXT description
        VARCHAR(512) html_url
        TIMESTAMPTZ last_sync_at
        VARCHAR(255) organization UK
        BIGINT parent_id
        VARCHAR(32) privacy
        TIMESTAMPTZ updated_at
        BIGINT native_id UK "NOT NULL"
        BIGINT provider_id FK,UK "NOT NULL"
        VARCHAR(512) slug UK
    }

    TeamMembership {
        VARCHAR(32) role
        BIGINT user_id PK,FK
        BIGINT team_id PK,FK
    }

    TeamRepositoryPermission {
        VARCHAR(32) permission "NOT NULL"
        BIGINT repository_id PK,FK
        BIGINT team_id PK,FK
    }

    User {
        BIGINT id PK
        TIMESTAMPTZ created_at
        TIMESTAMPTZ updated_at
        VARCHAR(255) avatar_url
        VARCHAR(255) email
        VARCHAR(255) html_url
        VARCHAR(255) login
        VARCHAR(255) name
        VARCHAR(255) type
        BIGINT native_id UK "NOT NULL"
        BIGINT provider_id FK,UK "NOT NULL"
    }

    UserAchievement {
        UUID id PK
        BIGINT user_id FK,UK "NOT NULL"
        VARCHAR(64) achievement_id UK "NOT NULL"
        TIMESTAMPTZ unlocked_at
        JSONB progress_data "NOT NULL"
        BIGINT version "NOT NULL"
    }

    UserPreference {
        BIGINT id PK
        BIGINT user_id FK,UK "NOT NULL"
        BOOLEAN participate_in_research "NOT NULL"
        BOOLEAN ai_review_enabled "NOT NULL"
    }

    WorkerRegistry {
        VARCHAR(255) worker_id PK
        TIMESTAMPTZ last_heartbeat "NOT NULL"
        TIMESTAMPTZ registered_at "NOT NULL"
    }

    WorkerTokenDenylist {
        VARCHAR(64) jti PK
        TIMESTAMPTZ revoked_at "NOT NULL"
        TIMESTAMPTZ expires_at "NOT NULL"
    }

    Workspace {
        BIGINT id PK
        TIMESTAMPTZ users_synced_at
        VARCHAR(120) account_login "NOT NULL"
        VARCHAR(255) repository_selection
        BIGINT organization_id FK,UK
        VARCHAR(10) account_type "NOT NULL"
        TIMESTAMPTZ created_at "NOT NULL"
        VARCHAR(120) display_name "NOT NULL"
        BOOLEAN is_publicly_viewable "NOT NULL"
        BOOLEAN leaderboard_notification_enabled
        INTEGER leaderboard_schedule_day
        VARCHAR(10) leaderboard_schedule_time
        VARCHAR(64) slug UK "NOT NULL"
        VARCHAR(20) status "NOT NULL"
        TIMESTAMPTZ updated_at
        TIMESTAMPTZ members_synced_at
        TIMESTAMPTZ teams_synced_at
        TIMESTAMPTZ sub_issues_synced_at
        TIMESTAMPTZ issue_types_synced_at
        TIMESTAMPTZ issue_dependencies_synced_at
        BOOLEAN practices_enabled "NOT NULL"
        BOOLEAN achievements_enabled "NOT NULL"
        BOOLEAN leaderboard_enabled "NOT NULL"
        BOOLEAN progression_enabled "NOT NULL"
        BOOLEAN leagues_enabled "NOT NULL"
        BOOLEAN practice_review_auto_trigger_enabled "NOT NULL"
        BOOLEAN practice_review_manual_trigger_enabled "NOT NULL"
        BOOLEAN mentor_enabled "NOT NULL"
        TIMESTAMPTZ leaderboard_league_cycle_at
        BIGINT practice_config_id FK
        BIGINT mentor_config_id FK
        BOOLEAN practice_run_for_all_users
        BOOLEAN practice_skip_drafts
        BOOLEAN practice_deliver_to_merged
        INTEGER practice_cooldown_minutes
        NUMERIC(10,2) monthly_llm_budget_usd
    }

+     WorkspaceLlmConnection {
+         BIGINT id PK,UK
+         BIGINT workspace_id FK,UK "NOT NULL"
+         VARCHAR(64) slug UK "NOT NULL"
+         VARCHAR(128) display_name "NOT NULL"
+         VARCHAR(2048) base_url "NOT NULL"
+         VARCHAR(40) api_protocol "NOT NULL"
+         VARCHAR(64) auth_header_name "NOT NULL"
+         VARCHAR(16) auth_value_prefix "NOT NULL"
+         TEXT api_key
+         VARCHAR(32) azure_api_version
+         BOOLEAN enabled "NOT NULL"
+         TIMESTAMPTZ created_at "NOT NULL"
+         TIMESTAMPTZ updated_at
+     }
+ 
+     WorkspaceLlmModel {
+         BIGINT id PK,UK
+         BIGINT workspace_id FK,UK "NOT NULL"
+         BIGINT connection_id FK "NOT NULL"
+         VARCHAR(64) slug UK "NOT NULL"
+         VARCHAR(128) display_name "NOT NULL"
+         VARCHAR(256) upstream_model_id "NOT NULL"
+         VARCHAR(40) api_protocol_override
+         VARCHAR(16) modality "NOT NULL"
+         INTEGER context_window
+         INTEGER max_output_tokens
+         BOOLEAN supports_reasoning "NOT NULL"
+         VARCHAR(16) cache_control_format
+         VARCHAR(16) pricing_mode "NOT NULL"
+         NUMERIC(18,8) per_1m_input_usd
+         NUMERIC(18,8) per_1m_output_usd
+         NUMERIC(18,8) per_1m_cache_read_usd
+         NUMERIC(18,8) per_1m_cache_write_usd
+         NUMERIC(18,8) per_1m_reasoning_usd
+         VARCHAR(3) currency "NOT NULL"
+         VARCHAR(500) price_note
+         BOOLEAN enabled "NOT NULL"
+         TIMESTAMPTZ created_at "NOT NULL"
+         TIMESTAMPTZ updated_at
+     }
+ 
    WorkspaceMembership {
        TIMESTAMPTZ created_at "NOT NULL"
        INTEGER league_points "NOT NULL"
        VARCHAR(16) role "NOT NULL"
        BIGINT user_id PK,FK
        BIGINT workspace_id PK,FK
        BOOLEAN hidden "NOT NULL"
    }

    WorkspaceSlugHistory {
        BIGINT id PK
        TIMESTAMPTZ changed_at "NOT NULL"
        VARCHAR(64) new_slug "NOT NULL"
        VARCHAR(64) old_slug "NOT NULL"
        TIMESTAMPTZ redirect_expires_at
        BIGINT workspace_id FK "NOT NULL"
    }

    WorkspaceTeamLabelFilter {
        BIGINT workspace_id PK,FK
        BIGINT team_id PK,FK
        BIGINT label_id PK,FK
    }

    WorkspaceTeamRepositorySetting {
        BIGINT workspace_id PK,FK
        BIGINT team_id PK,FK
        BIGINT repository_id PK,FK
        BOOLEAN hidden_from_contributions "NOT NULL"
    }

    WorkspaceTeamSetting {
        BIGINT workspace_id PK,FK
        BIGINT team_id PK,FK
        BOOLEAN hidden "NOT NULL"
    }

    %% Relationships
    %% One-to-One relationships
    Account ||--|| AccountFeature : has
    Workspace ||--|| ActivityEvent : has
    Workspace ||--|| AgentConfig : has
+     WorkspaceLlmModel ||--|| AgentConfig : has
    ChatMessage ||--|| ChatMessageVote : has
    GitCommit ||--|| CommitContributor : has
    Workspace ||--|| Connection : has
    Repository ||--|| Discussion : has
    DiscussionComment ||--|| Discussion : references
    IdentityProvider ||--|| Discussion : references
    Repository ||--|| DiscussionCategory : has
    IdentityProvider ||--|| DiscussionComment : commented_on
    AgentJob ||--|| Feedback : has
    Repository ||--|| GitCommit : has
    Repository ||--|| Issue : has
    IdentityProvider ||--|| Issue : references
    IdentityProvider ||--|| IssueComment : commented_on
    Repository ||--|| Label : labeled
    IdentityProvider ||--|| Label : labeled
+     LlmConnection ||--|| LlmModel : has
    Workspace ||--|| MentorSlackThread : has
    Repository ||--|| Milestone : has
    IdentityProvider ||--|| Milestone : references
    IdentityProvider ||--|| Organization : references
    Workspace ||--|| OutlineCollection : has
    Connection ||--|| OutlineCollection : has
    Workspace ||--|| OutlineDocument : has
    Connection ||--|| OutlineDocument : has
    Workspace ||--|| Practice : has
    Workspace ||--|| PracticeArea : has
    Practice ||--|| PracticeRevision : has
    IdentityProvider ||--|| Project : references
    Project ||--|| ProjectField : has
    ProjectItem ||--|| ProjectFieldValue : has
    ProjectField ||--|| ProjectFieldValue : has
    Project ||--|| ProjectItem : has
    IdentityProvider ||--|| ProjectItem : references
    IdentityProvider ||--|| ProjectStatusUpdate : references
    IdentityProvider ||--|| PullRequestReview : reviewed
    IdentityProvider ||--|| PullRequestReviewComment : commented_on
    PullRequestReviewComment ||--|| PullRequestReviewThread : reviewed
    IdentityProvider ||--|| PullRequestReviewThread : reviewed
    IdentityProvider ||--|| Repository : references
    Workspace ||--|| SlackMessage : has
    Workspace ||--|| SlackMonitoredChannel : has
    Workspace ||--|| SlackParticipantConsent : has
    Workspace ||--|| SlackThread : has
    IdentityProvider ||--|| Team : references
    IdentityProvider ||--|| User : references
    User ||--|| UserAchievement : has
    User ||--|| UserPreference : has
    Organization ||--|| Workspace : has
+     Workspace ||--|| WorkspaceLlmConnection : has
+     Workspace ||--|| WorkspaceLlmModel : has
+     WorkspaceLlmConnection ||--|| WorkspaceLlmModel : has
    User ||--|| WorkspaceMembership : belongs_to
    Workspace ||--|| WorkspaceMembership : belongs_to

    %% One-to-Many relationships
    Account ||--o{ AccountExport : has
    User ||--o{ ActivityEvent : references
    Repository ||--o{ ActivityEvent : has
+     LlmModel ||--o{ AgentConfig : references
+     WorkspaceLlmModel ||--o{ AgentConfig : workspace_model_id
+     WorkspaceLlmModel ||--o{ AgentConfig : workspace_model_id
    Workspace ||--o{ AgentJob : has
    AgentConfig ||--o{ AgentJob : has
    Account ||--o{ AuthEvent : account_id
    Account ||--o{ AuthEvent : acting_account_id
    IdentityProvider ||--o{ AuthEvent : references
    Workspace ||--o{ AuthEvent : has
    IdentityLink ||--o{ AuthEvent : has
    ChatMessage ||--o{ ChatMessage : references
    ChatThread ||--o{ ChatMessage : has
    User ||--o{ ChatThread : has
    Workspace ||--o{ ChatThread : has
    User ||--o{ CommitContributor : has
    GitCommit ||--o{ CommitFileChange : has
    Workspace ||--o{ ConfigAuditEvent : has
    Account ||--o{ ConfigAuditEvent : actor_account_id
    Account ||--o{ ConfigAuditEvent : acting_account_id
    Connection ||--o{ ConnectionAudit : has
    User ||--o{ Discussion : authored_by
    DiscussionCategory ||--o{ Discussion : has
    User ||--o{ Discussion : references
    Discussion ||--o{ DiscussionComment : commented_on
    User ||--o{ DiscussionComment : commented_on
    DiscussionComment ||--o{ DiscussionComment : commented_on
    Workspace ||--o{ Feedback : has
    User ||--o{ Feedback : recipient_user_id
    User ||--o{ Feedback : about_user_id
    Feedback ||--o{ Feedback : references
    Feedback ||--o{ FeedbackPlacement : has
    ChatMessage ||--o{ FeedbackPlacement : has
    User ||--o{ GitCommit : authored_by
    User ||--o{ GitCommit : references
    Account ||--o{ IdentityLink : has
    IdentityProvider ||--o{ IdentityLink : references
    User ||--o{ Issue : authored_by
    Milestone ||--o{ Issue : has
    User ||--o{ Issue : merged_by
    Issue ||--o{ Issue : has
    IssueType ||--o{ Issue : has
    User ||--o{ IssueComment : commented_on
    Issue ||--o{ IssueComment : commented_on
    Organization ||--o{ IssueType : has
    Account ||--o{ IssuedJwt : has
+     LlmModel ||--o{ LlmModelPrice : has
    Workspace ||--o{ LlmUsageEvent : has
    ChatThread ||--o{ MentorSlackThread : has
    User ||--o{ Milestone : created_by
    Practice ||--o{ Observation : has
    User ||--o{ Observation : has
    PracticeRevision ||--o{ Observation : has
    Workspace ||--o{ OutlineDocumentEvent : has
    Connection ||--o{ OutlineDocumentEvent : has
    PracticeArea ||--o{ Practice : has
    User ||--o{ Project : created_by
    Issue ||--o{ ProjectItem : has
    User ||--o{ ProjectItem : created_by
    Project ||--o{ ProjectStatusUpdate : has
    User ||--o{ ProjectStatusUpdate : created_by
    User ||--o{ PullRequestReview : reviewed
    Issue ||--o{ PullRequestReview : reviewed
    User ||--o{ PullRequestReviewComment : commented_on
    Issue ||--o{ PullRequestReviewComment : commented_on
    PullRequestReview ||--o{ PullRequestReviewComment : commented_on
    PullRequestReviewThread ||--o{ PullRequestReviewComment : commented_on
    PullRequestReviewComment ||--o{ PullRequestReviewComment : commented_on
    Issue ||--o{ PullRequestReviewThread : reviewed
    User ||--o{ PullRequestReviewThread : reviewed
    User ||--o{ Reaction : has
    Feedback ||--o{ Reaction : has
    Organization ||--o{ Repository : has
    Workspace ||--o{ RepositoryToMonitor : monitors
    Workspace ||--o{ SlackChannelConsentEvent : has
    User ||--o{ SlackChannelConsentEvent : has
    User ||--o{ SlackMessage : authored_by
    Workspace ||--o{ SyncJob : has
    Connection ||--o{ SyncJob : references
    Connection ||--o{ SyncJob : connection_id
    Connection ||--o{ SyncJob : connection_id
    AgentConfig ||--o{ Workspace : practice_config_id
    AgentConfig ||--o{ Workspace : mentor_config_id
+     WorkspaceLlmConnection ||--o{ WorkspaceLlmModel : connection_id
+     WorkspaceLlmConnection ||--o{ WorkspaceLlmModel : connection_id
    Workspace ||--o{ WorkspaceSlugHistory : has

    %% Many-to-Many relationships
    GitCommit }o--o{ CommitPullRequest : has
    Issue }o--o{ CommitPullRequest : references
    Connection }o--o{ ConnectionActivity : has
    Workspace }o--o{ ConnectionActivity : has
    Discussion }o--o{ DiscussionLabel : labeled
    Label }o--o{ DiscussionLabel : labeled
    Feedback }o--o{ FeedbackObservation : has
    Observation }o--o{ FeedbackObservation : has
    Issue }o--o{ IssueAssignee : assigned_to
    User }o--o{ IssueAssignee : assigned_to
    Issue }o--o{ IssueBlocking : blocked_issue_id
    Issue }o--o{ IssueBlocking : blocking_issue_id
    Issue }o--o{ IssueLabel : labeled
    Label }o--o{ IssueLabel : labeled
+     LlmModel }o--o{ LlmModelWorkspaceGrant : has
+     Workspace }o--o{ LlmModelWorkspaceGrant : has
    Issue }o--o{ PullRequestRequestedReviewer : reviewed
    User }o--o{ PullRequestRequestedReviewer : reviewed
    Repository }o--o{ RepositoryCollaborator : has
    User }o--o{ RepositoryCollaborator : has
    User }o--o{ TeamMembership : belongs_to
    Team }o--o{ TeamMembership : belongs_to
    Repository }o--o{ TeamRepositoryPermission : has
    Team }o--o{ TeamRepositoryPermission : has
    Workspace }o--o{ WorkspaceTeamLabelFilter : labeled
    Team }o--o{ WorkspaceTeamLabelFilter : labeled
    Label }o--o{ WorkspaceTeamLabelFilter : labeled
    Workspace }o--o{ WorkspaceTeamRepositorySetting : has
    Team }o--o{ WorkspaceTeamRepositorySetting : has
    Repository }o--o{ WorkspaceTeamRepositorySetting : has
    Workspace }o--o{ WorkspaceTeamSetting : has
    Team }o--o{ WorkspaceTeamSetting : has

    %% Styling
    classDef primaryEntity fill:#e1f5fe,stroke:#01579b,stroke-width:2px
    classDef associationEntity fill:#f3e5f5,stroke:#4a148c,stroke-width:2px
    classDef metadataEntity fill:#e8f5e8,stroke:#1b5e20,stroke-width:2px

    class Issue primaryEntity
    class IssueAssignee associationEntity
    class IssueLabel associationEntity
    class Label primaryEntity
    class Milestone primaryEntity
    class PullRequestRequestedReviewer associationEntity
    class Repository primaryEntity
    class RepositoryToMonitor metadataEntity
    class Team primaryEntity
    class User primaryEntity
    class Workspace primaryEntity
